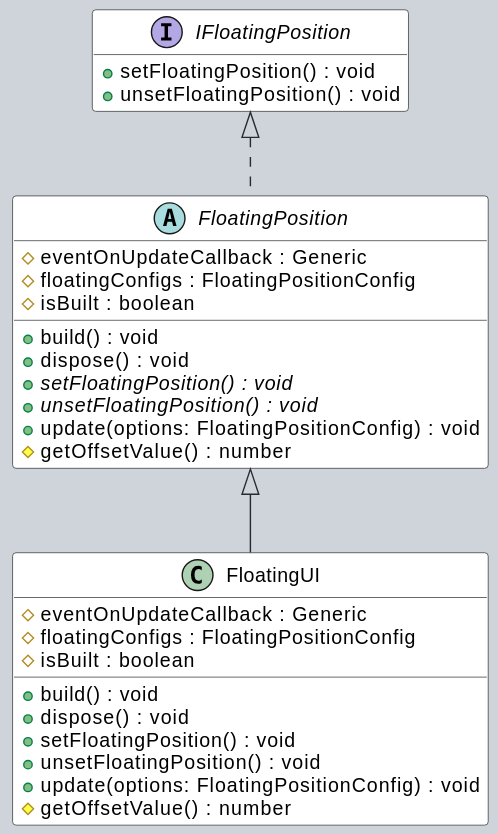
Before: assets/FloatingPosition-umlClassDiagram-9401.svg, a diagram exported from PlantUML (outsystems-ui-docs/outsystems-ui-docs.github.io). Its diagram source:
```plantuml
@startuml
skinparam ClassArrowColor #272b30
skinparam ClassBorderColor #272b30
skinparam ClassBackgroundColor #fff
skinparam BackgroundColor #ced4da
hide empty methods
hide empty fields
abstract class "FloatingPosition" {
    #eventOnUpdateCallback : Generic
    #floatingConfigs : FloatingPositionConfig
    #isBuilt : boolean
    +build() : void
    +dispose() : void
    {abstract} +setFloatingPosition() : void
    {abstract} +unsetFloatingPosition() : void
    +update(options: FloatingPositionConfig) : void
    #getOffsetValue() : number
}
interface "IFloatingPosition" {
    +setFloatingPosition() : void
    +unsetFloatingPosition() : void
}
"IFloatingPosition" <|.. "FloatingPosition"
class "FloatingUI" {
    #eventOnUpdateCallback : Generic
    #floatingConfigs : FloatingPositionConfig
    #isBuilt : boolean
    +build() : void
    +dispose() : void
    +setFloatingPosition() : void
    +unsetFloatingPosition() : void
    +update(options: FloatingPositionConfig) : void
    #getOffsetValue() : number
}
"FloatingPosition" <|-- "FloatingUI"
@enduml
```
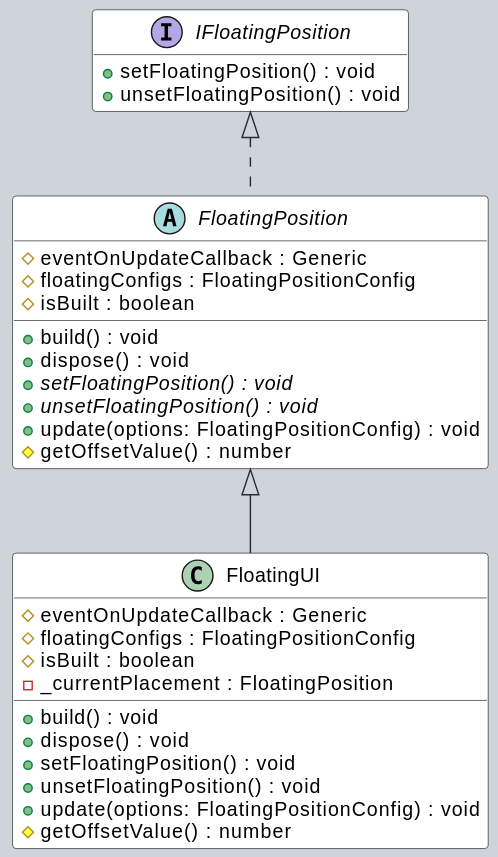
After the change.

What changed in the source:
```diff
@@ -25,6 +25,7 @@
     #eventOnUpdateCallback : Generic
     #floatingConfigs : FloatingPositionConfig
     #isBuilt : boolean
+    -_currentPlacement : FloatingPosition
     +build() : void
     +dispose() : void
     +setFloatingPosition() : void
```
